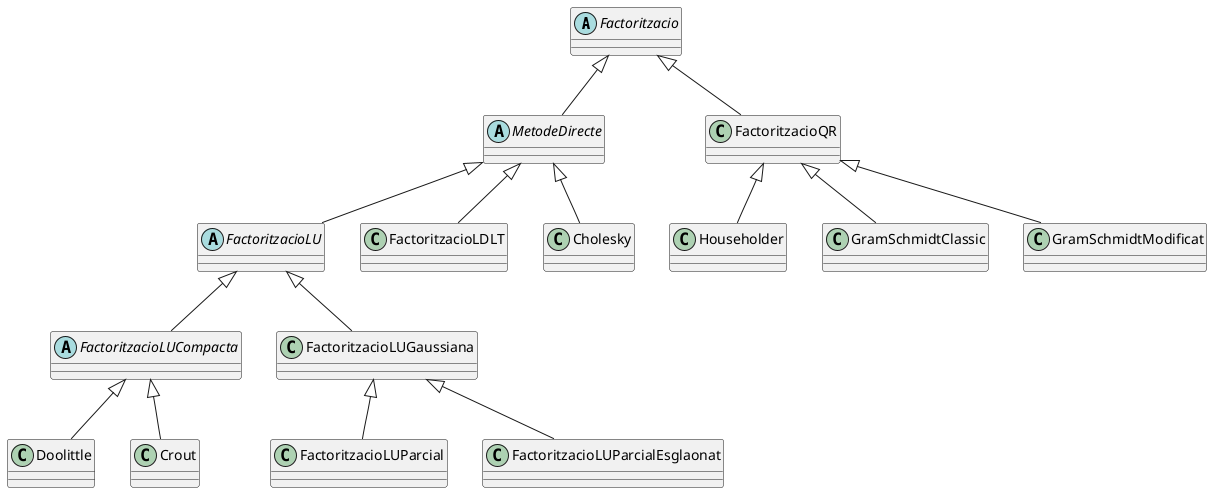
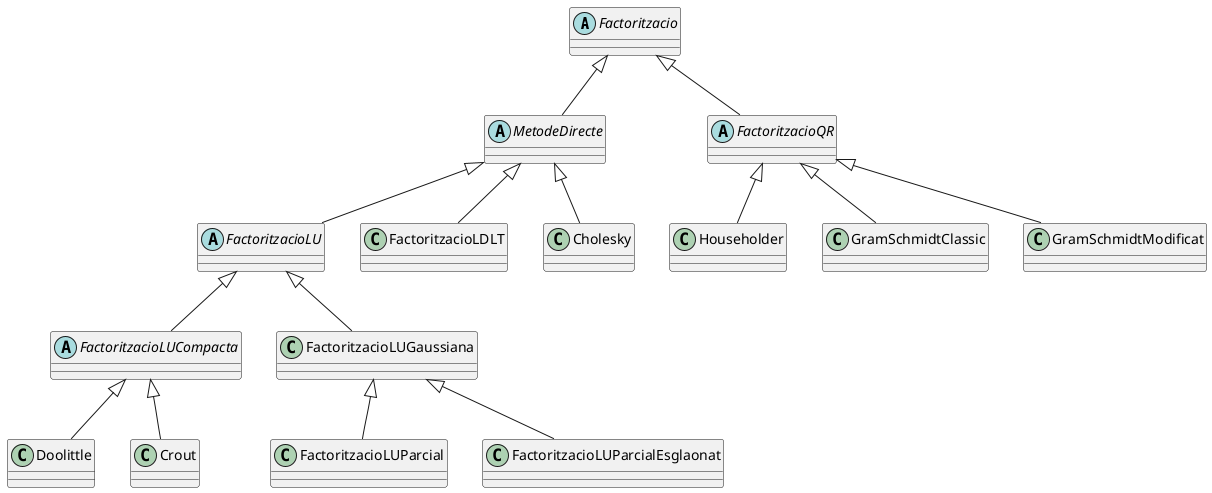
@startuml
'https://plantuml.com/class-diagram


abstract class Factoritzacio
abstract class MetodeDirecte extends Factoritzacio
abstract class FactoritzacioLU extends MetodeDirecte
abstract class FactoritzacioLUCompacta extends FactoritzacioLU
class FactoritzacioLUGaussiana extends FactoritzacioLU

class FactoritzacioLUParcial extends FactoritzacioLUGaussiana
class FactoritzacioLUParcialEsglaonat extends FactoritzacioLUGaussiana
class Doolittle extends FactoritzacioLUCompacta
class Crout extends FactoritzacioLUCompacta

class FactoritzacioLDLT extends MetodeDirecte
class Cholesky extends MetodeDirecte

- class FactoritzacioQR extends Factoritzacio
+ abstract class FactoritzacioQR extends Factoritzacio
class Householder extends FactoritzacioQR
class GramSchmidtClassic extends FactoritzacioQR
class GramSchmidtModificat extends FactoritzacioQR
@enduml